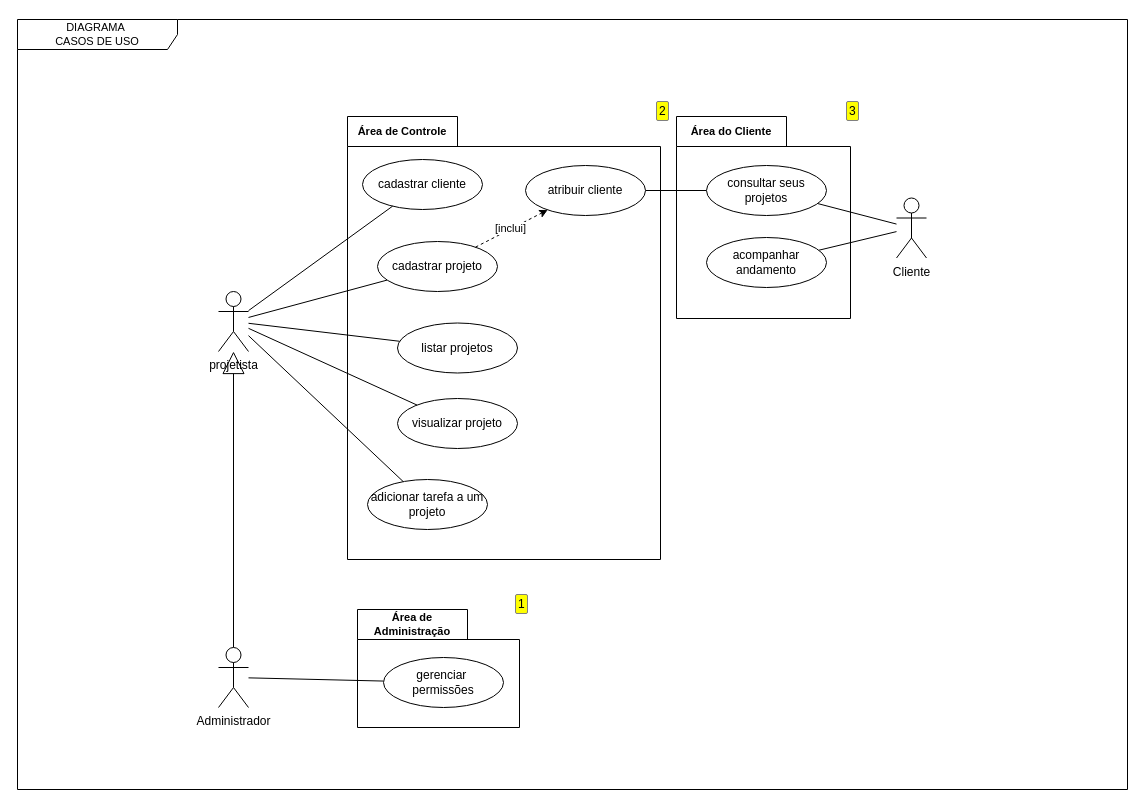
gleberphant/processo-man keeps this draw.io diagram as page "casos de uso" (1 of 5) of projeto/diagramas.drawio. Above is the earlier version. Source tidied: cells renumbered, new cells numbered last; positions are measured from the earlier drawing's top-left corner, leaving out a move shared by most shapes. Both pictures are drawn from the tidied source at 100%, with x=0, y=0 at pixel (17, 19).
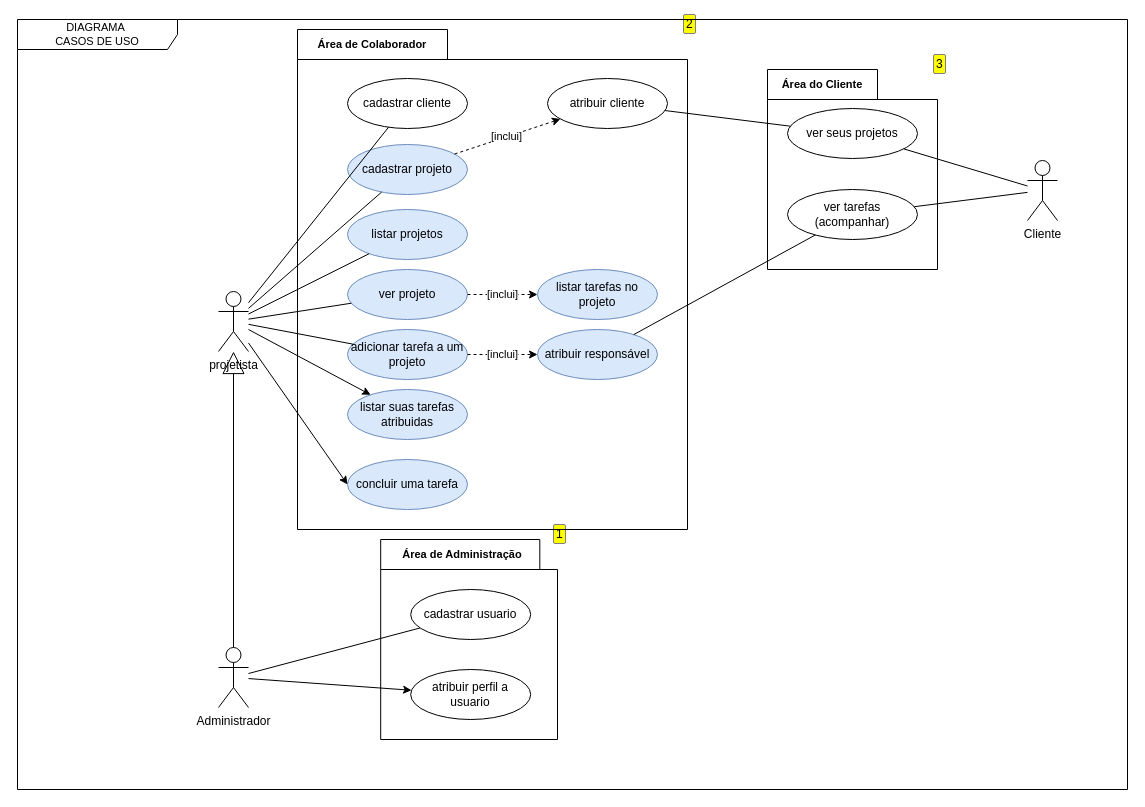
The same page after the edit.

The change refers to these unchanged cells:
```xml
<mxCell id="4" value="Administrador&lt;div&gt;&lt;br&gt;&lt;/div&gt;" style="shape=umlActor;verticalLabelPosition=bottom;verticalAlign=top;html=1;outlineConnect=0;" parent="1" vertex="1">
  <mxGeometry x="201" y="628" width="30" height="60" as="geometry" />
</mxCell>
<mxCell id="28" value="projetista" style="shape=umlActor;verticalLabelPosition=bottom;verticalAlign=top;html=1;outlineConnect=0;" parent="1" vertex="1">
  <mxGeometry x="201" y="272" width="30" height="60" as="geometry" />
</mxCell>
```

The edit, as a diff of the source:
```diff
@@
+    <mxCell id="30" style="rounded=0;jettySize=auto;html=1;" parent="1" edge="1" source="4" target="31">
+      <mxGeometry relative="1" as="geometry" />
+    </mxCell>
@@
     <mxCell id="7" value="Cliente" style="shape=umlActor;verticalLabelPosition=bottom;verticalAlign=top;html=1;outlineConnect=0;" parent="1" vertex="1">
-      <mxGeometry x="879" y="178.5" width="30" height="60" as="geometry" />
+      <mxGeometry x="1010" y="141" width="30" height="60" as="geometry" />
     </mxCell>
@@
-    <mxCell id="9" value="Área de Administração" style="shape=folder;fontStyle=1;tabWidth=110;tabHeight=30;tabPosition=left;html=1;boundedLbl=1;labelInHeader=1;whiteSpace=wrap;fontFamily=Helvetica;fontSize=11;fontColor=default;labelBackgroundColor=default;fillColor=none;enumerate=1;comic=0;" parent="1" vertex="1">
-      <mxGeometry x="340" y="590" width="162" height="118" as="geometry" />
+    <mxCell id="9" value="Área de Administração" style="shape=folder;fontStyle=1;tabWidth=164;tabHeight=30;tabPosition=left;html=1;boundedLbl=1;labelInHeader=1;whiteSpace=wrap;fontFamily=Helvetica;fontSize=11;fontColor=default;labelBackgroundColor=default;fillColor=none;enumerate=1;comic=0;" parent="1" vertex="1">
+      <mxGeometry x="363.2" y="520" width="176.8" height="200" as="geometry" />
     </mxCell>
-    <mxCell id="10" value="gerenciar&amp;nbsp;&lt;div&gt;permissões&lt;/div&gt;" style="ellipse;whiteSpace=wrap;html=1;" parent="9" vertex="1">
-      <mxGeometry x="26" y="48" width="120" height="50" as="geometry" />
+    <mxCell id="10" value="cadastrar usuario" style="ellipse;whiteSpace=wrap;html=1;" parent="9" vertex="1">
+      <mxGeometry x="30" y="50" width="120" height="50" as="geometry" />
     </mxCell>
+    <mxCell id="31" value="atribuir perfil a usuario" style="ellipse;whiteSpace=wrap;html=1;" parent="9" vertex="1">
+      <mxGeometry x="30" y="130" width="120" height="50" as="geometry" />
+    </mxCell>
-    <mxCell id="11" value="Área de Controle" style="shape=folder;fontStyle=1;tabWidth=110;tabHeight=30;tabPosition=left;html=1;boundedLbl=1;labelInHeader=1;whiteSpace=wrap;fontFamily=Helvetica;fontSize=11;fontColor=default;labelBackgroundColor=default;fillColor=none;enumerate=1;comic=0;" parent="1" vertex="1">
-      <mxGeometry x="330" y="97" width="313" height="443" as="geometry" />
+    <mxCell id="11" value="Área de Colaborador" style="shape=folder;fontStyle=1;tabWidth=150;tabHeight=30;tabPosition=left;html=1;boundedLbl=1;labelInHeader=1;whiteSpace=wrap;fontFamily=Helvetica;fontSize=11;fontColor=default;labelBackgroundColor=default;fillColor=none;enumerate=1;comic=0;" parent="1" vertex="1">
+      <mxGeometry x="280" y="10" width="390" height="500" as="geometry" />
     </mxCell>
-    <mxCell id="12" value="cadastrar projeto" style="ellipse;whiteSpace=wrap;html=1;" parent="11" vertex="1">
-      <mxGeometry x="30" y="125" width="120" height="50" as="geometry" />
+    <mxCell id="12" value="cadastrar projeto" style="ellipse;whiteSpace=wrap;html=1;fillColor=#dae8fc;strokeColor=#6c8ebf;" parent="11" vertex="1">
+      <mxGeometry x="50" y="115" width="120" height="50" as="geometry" />
     </mxCell>
     <mxCell id="13" value="atribuir cliente" style="ellipse;whiteSpace=wrap;html=1;" parent="11" vertex="1">
-      <mxGeometry x="178" y="49" width="120" height="50" as="geometry" />
+      <mxGeometry x="250" y="49" width="120" height="50" as="geometry" />
     </mxCell>
-    <mxCell id="14" value="listar projetos" style="ellipse;whiteSpace=wrap;html=1;" parent="11" vertex="1">
-      <mxGeometry x="50" y="206.5" width="120" height="50" as="geometry" />
+    <mxCell id="14" value="listar projetos" style="ellipse;whiteSpace=wrap;html=1;fillColor=#dae8fc;strokeColor=#6c8ebf;" parent="11" vertex="1">
+      <mxGeometry x="50" y="180" width="120" height="50" as="geometry" />
     </mxCell>
-    <mxCell id="15" value="visualizar projeto" style="ellipse;whiteSpace=wrap;html=1;" parent="11" vertex="1">
-      <mxGeometry x="50" y="282" width="120" height="50" as="geometry" />
+    <mxCell id="15" value="ver projeto" style="ellipse;whiteSpace=wrap;html=1;fillColor=#dae8fc;strokeColor=#6c8ebf;" parent="11" vertex="1">
+      <mxGeometry x="50" y="240" width="120" height="50" as="geometry" />
     </mxCell>
-    <mxCell id="16" value="adicionar tarefa a um projeto" style="ellipse;whiteSpace=wrap;html=1;" parent="11" vertex="1">
-      <mxGeometry x="20" y="363" width="120" height="50" as="geometry" />
+    <mxCell id="16" value="adicionar tarefa a um projeto" style="ellipse;whiteSpace=wrap;html=1;fillColor=#dae8fc;strokeColor=#6c8ebf;" parent="11" vertex="1">
+      <mxGeometry x="50" y="300" width="120" height="50" as="geometry" />
     </mxCell>
@@
     <mxCell id="19" value="cadastrar cliente" style="ellipse;whiteSpace=wrap;html=1;" parent="11" vertex="1">
-      <mxGeometry x="15" y="43" width="120" height="50" as="geometry" />
+      <mxGeometry x="50" y="49" width="120" height="50" as="geometry" />
     </mxCell>
+    <mxCell id="32" value="atribuir responsável" style="ellipse;whiteSpace=wrap;html=1;fillColor=#dae8fc;strokeColor=#6c8ebf;" parent="11" vertex="1">
+      <mxGeometry x="240" y="300" width="120" height="50" as="geometry" />
+    </mxCell>
+    <mxCell id="33" style="edgeStyle=none;shape=connector;rounded=0;jettySize=auto;html=1;strokeColor=default;align=center;verticalAlign=middle;fontFamily=Helvetica;fontSize=11;fontColor=default;labelBackgroundColor=default;endArrow=classic;dashed=1;" parent="11" edge="1" source="16" target="32">
+      <mxGeometry relative="1" as="geometry" />
+    </mxCell>
+    <mxCell id="34" value="[inclui]" style="edgeLabel;html=1;align=center;verticalAlign=middle;fontFamily=Helvetica;fontSize=11;fontColor=default;labelBackgroundColor=default;" parent="33" vertex="1">
+      <mxGeometry x="-0.03" y="1" relative="1" as="geometry" />
+    </mxCell>
+    <mxCell id="35" value="listar suas tarefas atribuidas" style="ellipse;whiteSpace=wrap;html=1;fillColor=#dae8fc;strokeColor=#6c8ebf;" parent="11" vertex="1">
+      <mxGeometry x="50" y="360" width="120" height="50" as="geometry" />
+    </mxCell>
+    <mxCell id="36" value="concluir uma tarefa" style="ellipse;whiteSpace=wrap;html=1;fillColor=#dae8fc;strokeColor=#6c8ebf;" parent="11" vertex="1">
+      <mxGeometry x="50" y="430" width="120" height="50" as="geometry" />
+    </mxCell>
+    <mxCell id="37" value="listar tarefas no projeto" style="ellipse;whiteSpace=wrap;html=1;fillColor=#dae8fc;strokeColor=#6c8ebf;" parent="11" vertex="1">
+      <mxGeometry x="240" y="240" width="120" height="50" as="geometry" />
+    </mxCell>
+    <mxCell id="38" style="edgeStyle=none;shape=connector;rounded=0;jettySize=auto;html=1;strokeColor=default;align=center;verticalAlign=middle;fontFamily=Helvetica;fontSize=11;fontColor=default;labelBackgroundColor=default;endArrow=classic;dashed=1;" parent="11" edge="1" source="15" target="37">
+      <mxGeometry relative="1" as="geometry" />
+    </mxCell>
+    <mxCell id="39" value="[inclui]" style="edgeLabel;html=1;align=center;verticalAlign=middle;fontFamily=Helvetica;fontSize=11;fontColor=default;labelBackgroundColor=default;" parent="38" vertex="1">
+      <mxGeometry x="-0.03" y="1" relative="1" as="geometry" />
+    </mxCell>
     <mxCell id="20" value="Área do Cliente" style="shape=folder;fontStyle=1;tabWidth=110;tabHeight=30;tabPosition=left;html=1;boundedLbl=1;labelInHeader=1;whiteSpace=wrap;fontFamily=Helvetica;fontSize=11;fontColor=default;labelBackgroundColor=default;fillColor=none;enumerate=1;comic=0;" parent="1" vertex="1">
-      <mxGeometry x="659" y="97" width="174" height="202" as="geometry" />
+      <mxGeometry x="750" y="50" width="170" height="200" as="geometry" />
     </mxCell>
-    <mxCell id="21" value="acompanhar andamento" style="ellipse;whiteSpace=wrap;html=1;" parent="20" vertex="1">
-      <mxGeometry x="30" y="121" width="120" height="50" as="geometry" />
+    <mxCell id="21" value="ver tarefas&lt;div&gt;(acompanhar)&lt;/div&gt;" style="ellipse;whiteSpace=wrap;html=1;" parent="20" vertex="1">
+      <mxGeometry x="20" y="120" width="130" height="50" as="geometry" />
     </mxCell>
-    <mxCell id="22" value="consultar seus projetos" style="ellipse;whiteSpace=wrap;html=1;" parent="20" vertex="1">
-      <mxGeometry x="30" y="49" width="120" height="50" as="geometry" />
+    <mxCell id="22" value="ver seus projetos" style="ellipse;whiteSpace=wrap;html=1;" parent="20" vertex="1">
+      <mxGeometry x="20" y="39" width="130" height="50" as="geometry" />
     </mxCell>
@@
+    <mxCell id="40" style="rounded=0;jettySize=auto;html=1;" parent="1" edge="1" source="28" target="35">
+      <mxGeometry relative="1" as="geometry" />
+    </mxCell>
+    <mxCell id="41" style="rounded=0;jettySize=auto;html=1;entryX=0;entryY=0.5;entryDx=0;entryDy=0;" parent="1" edge="1" source="28" target="36">
+      <mxGeometry relative="1" as="geometry" />
+    </mxCell>
@@
+    <mxCell id="42" style="rounded=0;jettySize=auto;html=1;endArrow=none;startFill=0;" parent="1" edge="1" source="21" target="32">
+      <mxGeometry relative="1" as="geometry" />
+    </mxCell>
```
